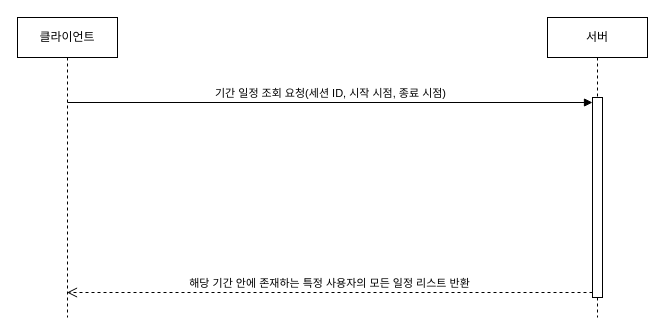
The draw.io diagram page "내가 속한 팀의 모든 일정 조회 SD" (2 of 10) of docs/일정 관리/일정 관리 SD.drawio in vvsos1/Team5-EQUUS-N, before the edit. Source tidied: cells renumbered, new cells numbered last; positions are measured from the earlier drawing's top-left corner, leaving out a move shared by most shapes. Both pictures are drawn from the tidied source at 100%, with x=0, y=0 at pixel (17, 17).
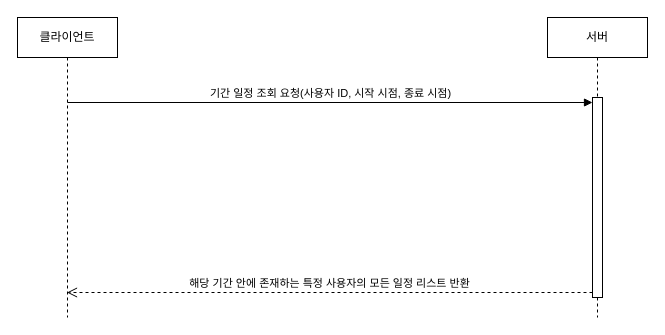
After the change.

What changed in the source:
```diff
@@
 <mxGraphModel>
   <root>
     <mxCell id="0" />
     <mxCell id="1" parent="0" />
     <mxCell id="2" value="클라이언트" style="shape=umlLifeline;perimeter=lifelinePerimeter;whiteSpace=wrap;html=1;outlineConnect=0;portConstraint=eastwest;newEdgeStyle={&quot;curved&quot;:0,&quot;rounded&quot;:0};" parent="1" vertex="1">
       <mxGeometry width="100" height="300" as="geometry" />
     </mxCell>
     <mxCell id="3" value="서버" style="shape=umlLifeline;perimeter=lifelinePerimeter;whiteSpace=wrap;html=1;newEdgeStyle={&quot;curved&quot;:0,&quot;rounded&quot;:0};" parent="1" vertex="1">
       <mxGeometry x="530" width="100" height="300" as="geometry" />
     </mxCell>
     <mxCell id="4" style="html=1;points=[[0,0,0,0,5],[0,1,0,0,-5],[1,0,0,0,5],[1,1,0,0,-5]];perimeter=orthogonalPerimeter;outlineConnect=0;targetShapes=umlLifeline;portConstraint=eastwest;newEdgeStyle={&quot;curved&quot;:0,&quot;rounded&quot;:0};" parent="3" vertex="1">
       <mxGeometry x="45" y="80" width="10" height="200" as="geometry" />
     </mxCell>
-    <mxCell id="5" value="기간 일정 조회 요청(세션 ID, 시작 시점, 종료 시점)" style="html=1;verticalAlign=bottom;endArrow=block;curved=0;rounded=0;entryX=0;entryY=0;entryDx=0;entryDy=5;" parent="1" edge="1" target="4">
+    <mxCell id="5" value="기간 일정 조회 요청(사용자 ID, 시작 시점, 종료 시점)" style="html=1;verticalAlign=bottom;endArrow=block;curved=0;rounded=0;entryX=0;entryY=0;entryDx=0;entryDy=5;" parent="1" edge="1" target="4">
       <mxGeometry relative="1" as="geometry">
         <mxPoint x="50" y="85" as="sourcePoint" />
       </mxGeometry>
     </mxCell>
     <mxCell id="6" value="해당 기간 안에 존재하는 특정 사용자의 모든 일정 리스트 반환" style="html=1;verticalAlign=bottom;endArrow=open;dashed=1;endSize=8;curved=0;rounded=0;exitX=0;exitY=1;exitDx=0;exitDy=-5;" parent="1" edge="1" source="4" target="2">
       <mxGeometry relative="1" as="geometry" />
     </mxCell>
   </root>
 </mxGraphModel>
```
